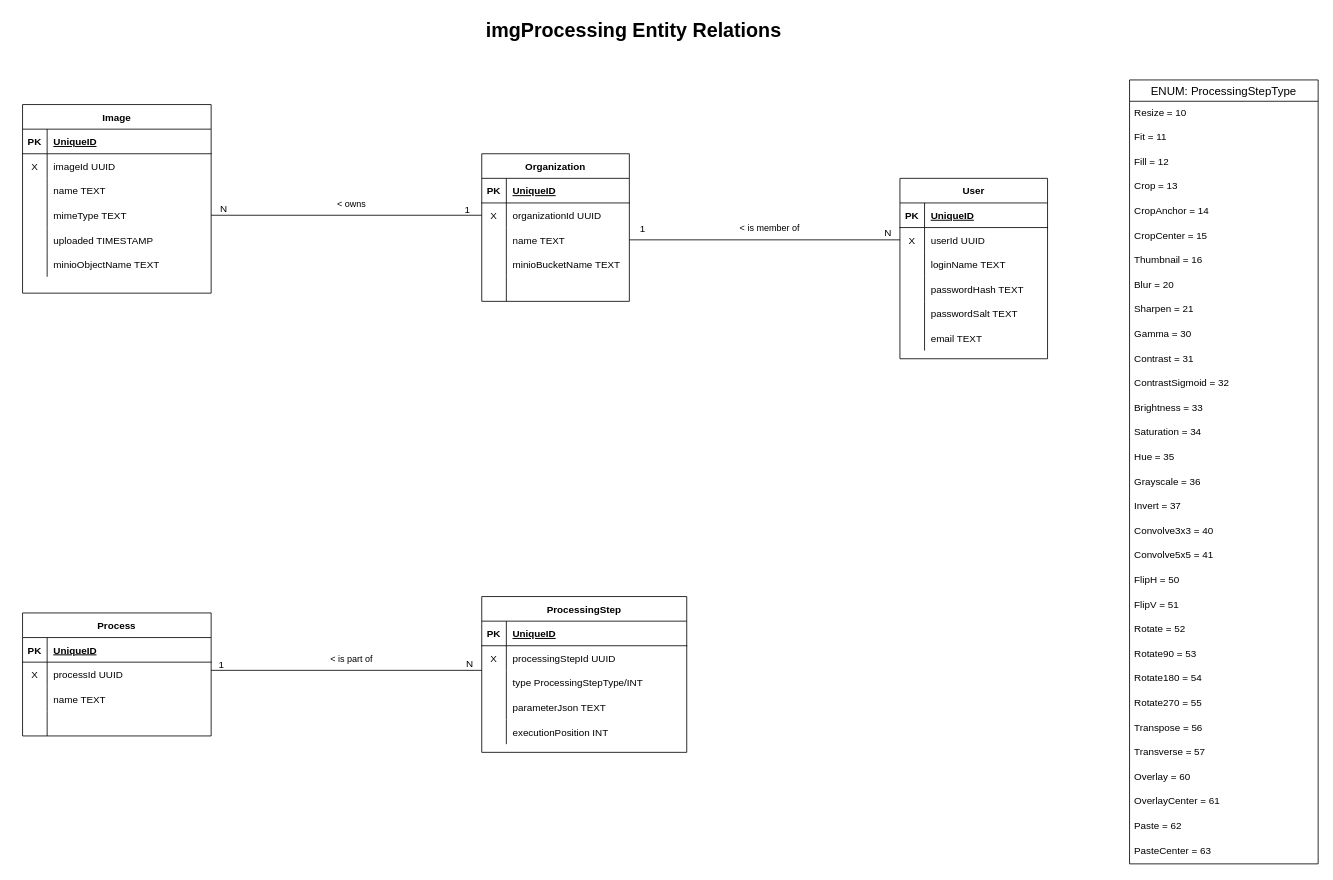
eikona-org/eikona keeps this draw.io diagram as backend/doc/db_model.drawio. Above is the earlier version. Source tidied: cells renumbered, new cells numbered last; positions are measured from the earlier drawing's top-left corner, leaving out a move shared by most shapes. Both pictures are drawn from the tidied source at 82%, with x=0, y=0 at pixel (14, 14).
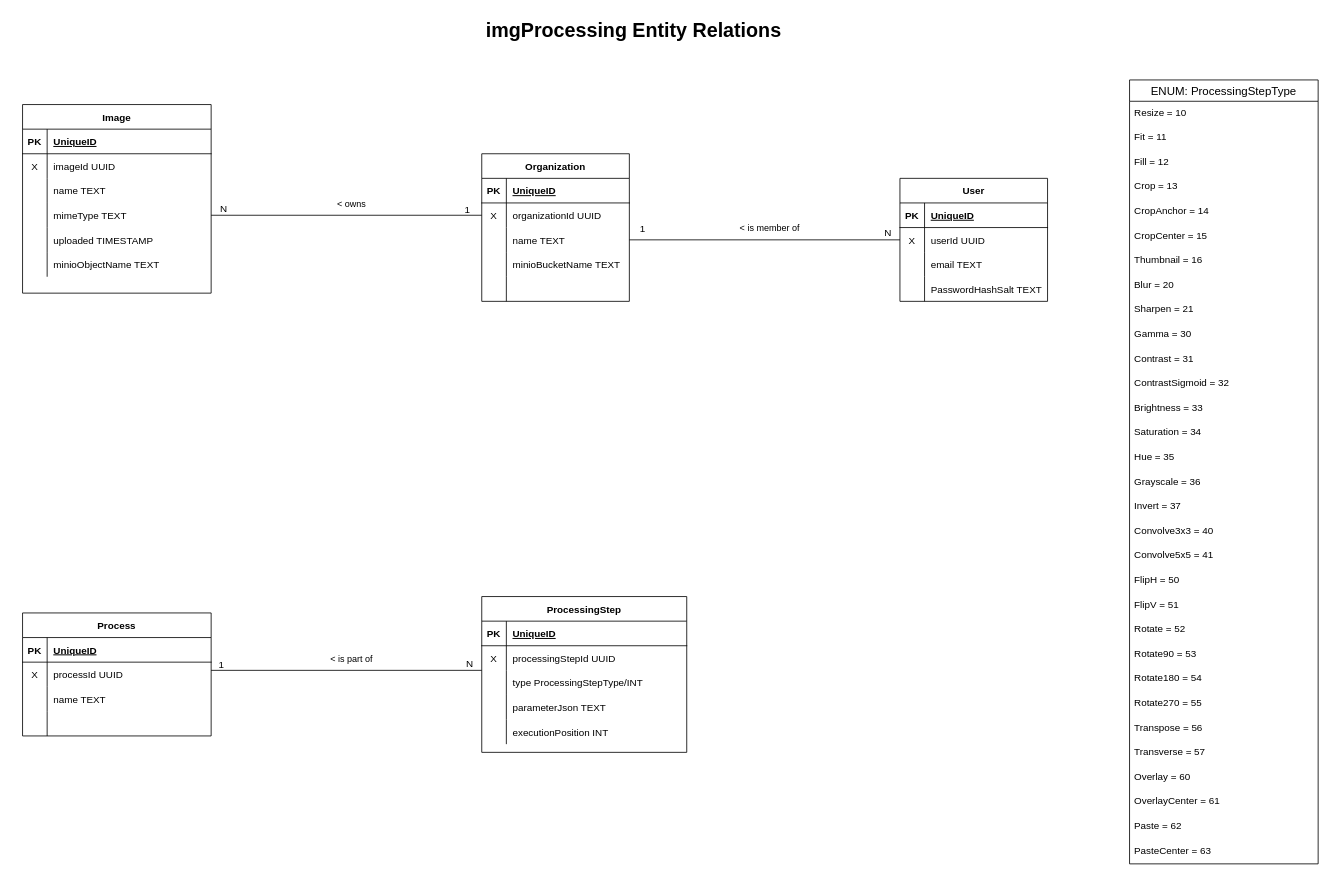
The same page after the edit.

The change refers to these unchanged cells:
```xml
<mxCell id="53" style="shape=partialRectangle;fillColor=none;top=0;left=0;bottom=0;right=0;" parent="43" vertex="1">
  <mxGeometry y="120" width="180" height="30" as="geometry" />
</mxCell>
```

What changed in the source:
```diff
@@
     <mxCell id="43" value="User" style="shape=table;startSize=30;childLayout=tableLayout;rowLines=0;fontStyle=1;align=center;" parent="1" vertex="1">
-      <mxGeometry x="1080" y="200" width="180" height="220" as="geometry" />
+      <mxGeometry x="1080" y="200" width="180" height="150" as="geometry" />
     </mxCell>
@@
-    <mxCell id="50" style="shape=partialRectangle;fillColor=none;top=0;left=0;bottom=0;right=0;" parent="43" vertex="1">
-      <mxGeometry y="90" width="180" height="30" as="geometry" />
-    </mxCell>
-    <mxCell id="51" style="shape=partialRectangle;fillColor=none;top=0;left=0;bottom=0;right=0;overflow=hidden;" parent="50" vertex="1">
-      <mxGeometry width="30" height="30" as="geometry" />
-    </mxCell>
-    <mxCell id="52" value="loginName TEXT" style="shape=partialRectangle;fillColor=none;top=0;left=0;bottom=0;right=0;align=left;spacingLeft=6;overflow=hidden;" parent="50" vertex="1">
-      <mxGeometry x="30" width="150" height="30" as="geometry" />
-    </mxCell>
+    <mxCell id="59" style="shape=partialRectangle;fillColor=none;top=0;left=0;bottom=0;right=0;" parent="43" vertex="1">
+      <mxGeometry y="90" width="180" height="30" as="geometry" />
+    </mxCell>
+    <mxCell id="60" style="shape=partialRectangle;fillColor=none;top=0;left=0;bottom=0;right=0;overflow=hidden;" parent="59" vertex="1">
+      <mxGeometry width="30" height="30" as="geometry" />
+    </mxCell>
+    <mxCell id="61" value="email TEXT" style="shape=partialRectangle;fillColor=none;top=0;left=0;bottom=0;right=0;align=left;spacingLeft=6;overflow=hidden;" parent="59" vertex="1">
+      <mxGeometry x="30" width="150" height="30" as="geometry" />
+    </mxCell>
@@
-    <mxCell id="55" value="passwordHash TEXT" style="shape=partialRectangle;fillColor=none;top=0;left=0;bottom=0;right=0;align=left;spacingLeft=6;overflow=hidden;" parent="53" vertex="1">
+    <mxCell id="55" value="PasswordHashSalt TEXT" style="shape=partialRectangle;fillColor=none;top=0;left=0;bottom=0;right=0;align=left;spacingLeft=6;overflow=hidden;" parent="53" vertex="1">
       <mxGeometry x="30" width="150" height="30" as="geometry" />
     </mxCell>
-    <mxCell id="56" style="shape=partialRectangle;fillColor=none;top=0;left=0;bottom=0;right=0;" parent="43" vertex="1">
-      <mxGeometry y="150" width="180" height="30" as="geometry" />
-    </mxCell>
-    <mxCell id="57" style="shape=partialRectangle;fillColor=none;top=0;left=0;bottom=0;right=0;overflow=hidden;" parent="56" vertex="1">
-      <mxGeometry width="30" height="30" as="geometry" />
-    </mxCell>
-    <mxCell id="58" value="passwordSalt TEXT" style="shape=partialRectangle;fillColor=none;top=0;left=0;bottom=0;right=0;align=left;spacingLeft=6;overflow=hidden;" parent="56" vertex="1">
-      <mxGeometry x="30" width="150" height="30" as="geometry" />
-    </mxCell>
-    <mxCell id="59" style="shape=partialRectangle;fillColor=none;top=0;left=0;bottom=0;right=0;" parent="43" vertex="1">
-      <mxGeometry y="180" width="180" height="30" as="geometry" />
-    </mxCell>
-    <mxCell id="60" style="shape=partialRectangle;fillColor=none;top=0;left=0;bottom=0;right=0;overflow=hidden;" parent="59" vertex="1">
-      <mxGeometry width="30" height="30" as="geometry" />
-    </mxCell>
-    <mxCell id="61" value="email TEXT" style="shape=partialRectangle;fillColor=none;top=0;left=0;bottom=0;right=0;align=left;spacingLeft=6;overflow=hidden;" parent="59" vertex="1">
-      <mxGeometry x="30" width="150" height="30" as="geometry" />
-    </mxCell>
```
